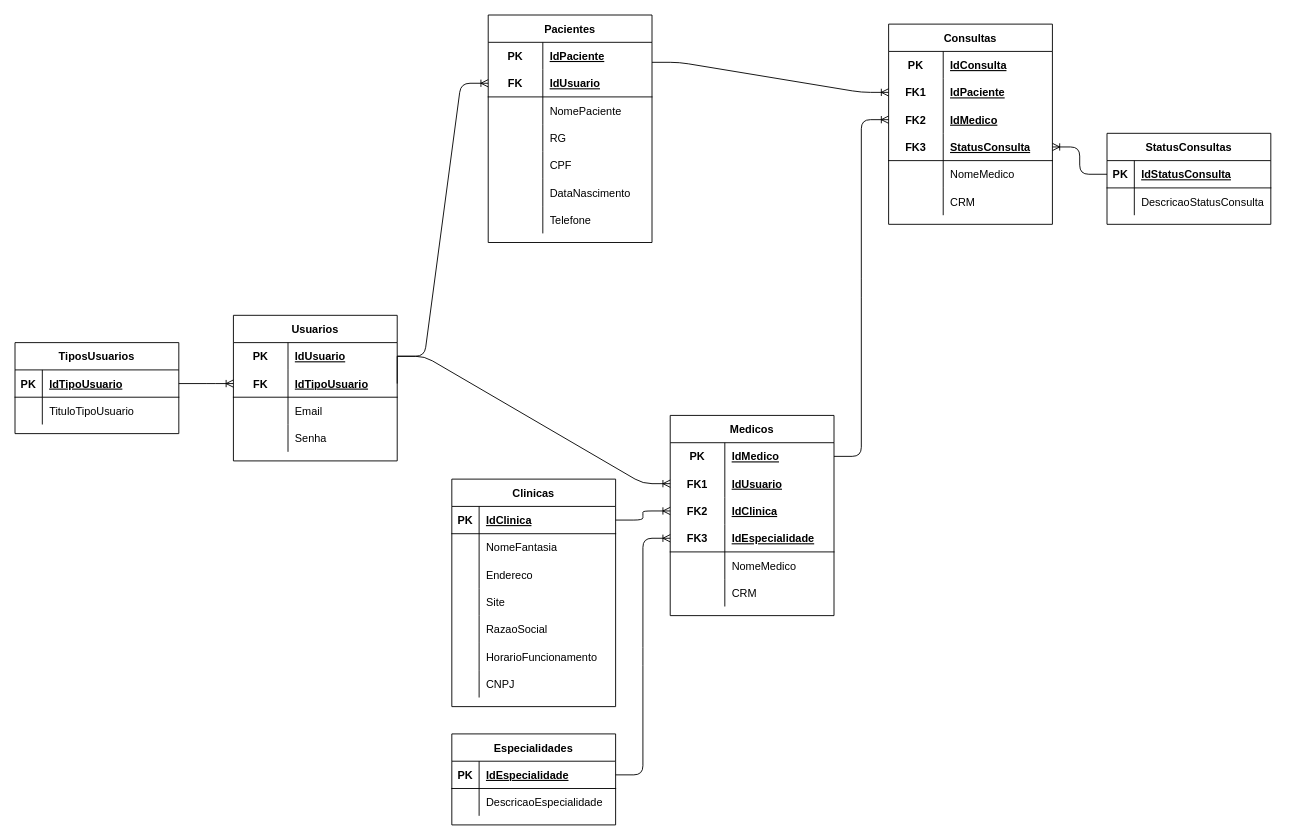
Before: page "Lógico" (2 of 2) of SP_Medical_Group/SP_Medical_Group_Modelos.drawio in Carlos-Augusto-Roque/Sprint1_bd, a draw.io diagram. Source tidied: cells renumbered, new cells numbered last; positions are measured from the earlier drawing's top-left corner, leaving out a move shared by most shapes. Both pictures are drawn from the tidied source at 91%, with x=0, y=0 at pixel (15, 15).
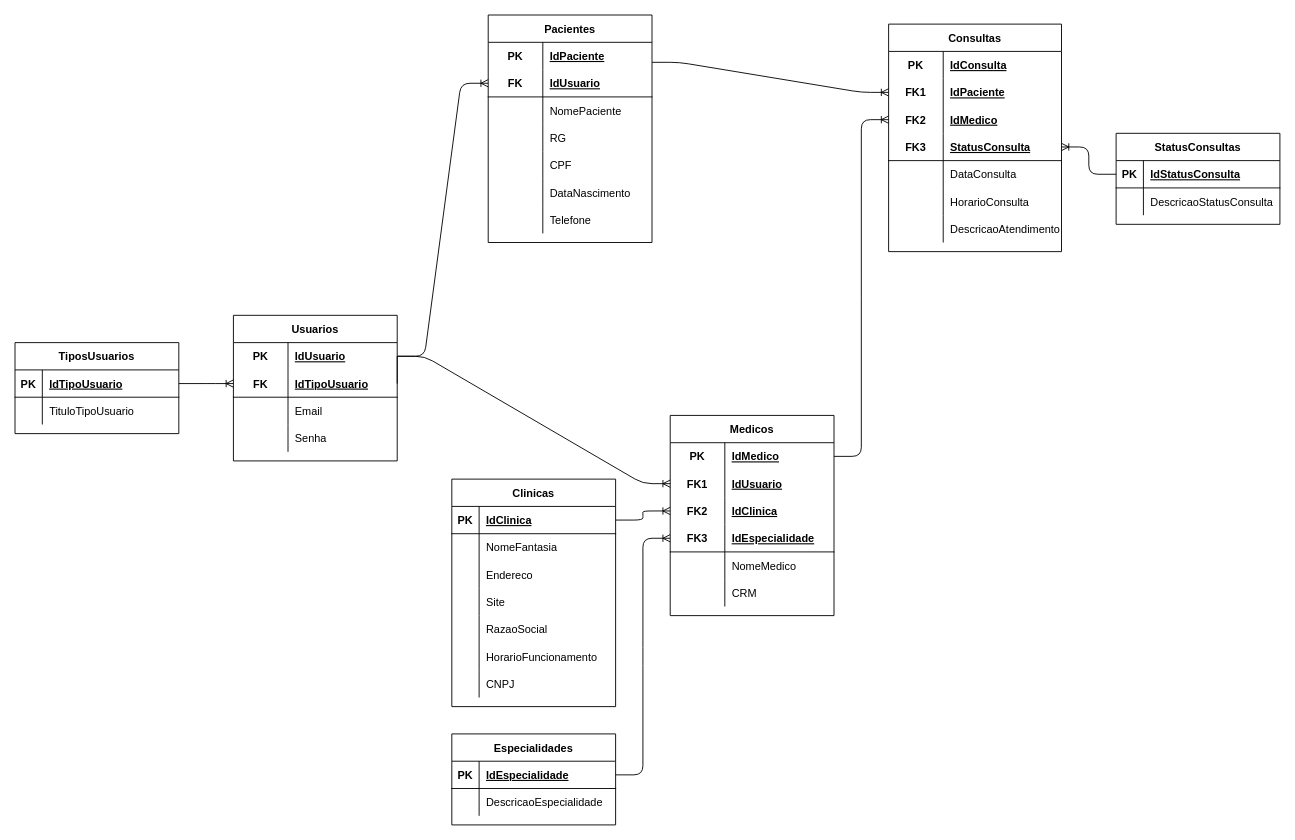
The same page after the edit.

The edit, as a diff of the source:
```diff
@@
     <mxCell id="16" value="StatusConsultas" style="shape=table;startSize=30;childLayout=tableLayout;rowLines=0;fontStyle=1;align=center;" parent="1" vertex="1">
-      <mxGeometry x="1200" y="130" width="180" height="100" as="geometry" />
+      <mxGeometry x="1210" y="130" width="180" height="100" as="geometry" />
     </mxCell>
@@
     <mxCell id="78" value="Consultas" style="shape=table;startSize=30;childLayout=tableLayout;rowLines=0;fontStyle=1;align=center;" parent="1" vertex="1">
-      <mxGeometry x="960" y="10" width="180" height="220" as="geometry" />
+      <mxGeometry x="960" y="10" width="190" height="250" as="geometry" />
     </mxCell>
     <mxCell id="79" style="shape=partialRectangle;fillColor=none;top=0;left=0;bottom=0;right=0;" parent="78" vertex="1">
-      <mxGeometry y="30" width="180" height="30" as="geometry" />
+      <mxGeometry y="30" width="190" height="30" as="geometry" />
     </mxCell>
@@
     <mxCell id="81" value="IdConsulta" style="shape=partialRectangle;fillColor=none;top=0;left=0;bottom=0;right=0;align=left;spacingLeft=6;fontStyle=5;overflow=hidden;" parent="79" vertex="1">
-      <mxGeometry x="60" width="120" height="30" as="geometry" />
+      <mxGeometry x="60" width="130" height="30" as="geometry" />
     </mxCell>
     <mxCell id="82" style="shape=partialRectangle;fillColor=none;top=0;left=0;bottom=0;right=0;points=[[0,0.5],[1,0.5]];portConstraint=eastwest;" parent="78" vertex="1">
-      <mxGeometry y="60" width="180" height="30" as="geometry" />
+      <mxGeometry y="60" width="190" height="30" as="geometry" />
     </mxCell>
@@
     <mxCell id="84" value="IdPaciente" style="shape=partialRectangle;fillColor=none;top=0;left=0;bottom=0;right=0;align=left;spacingLeft=6;fontStyle=5;overflow=hidden;" parent="82" vertex="1">
-      <mxGeometry x="60" width="120" height="30" as="geometry" />
+      <mxGeometry x="60" width="130" height="30" as="geometry" />
     </mxCell>
     <mxCell id="85" style="shape=partialRectangle;fillColor=none;top=0;left=0;bottom=0;right=0;points=[[0,0.5],[1,0.5]];portConstraint=eastwest;" parent="78" vertex="1">
-      <mxGeometry y="90" width="180" height="30" as="geometry" />
+      <mxGeometry y="90" width="190" height="30" as="geometry" />
     </mxCell>
@@
     <mxCell id="87" value="IdMedico" style="shape=partialRectangle;fillColor=none;top=0;left=0;bottom=0;right=0;align=left;spacingLeft=6;fontStyle=5;overflow=hidden;" parent="85" vertex="1">
-      <mxGeometry x="60" width="120" height="30" as="geometry" />
+      <mxGeometry x="60" width="130" height="30" as="geometry" />
     </mxCell>
     <mxCell id="88" style="shape=partialRectangle;fillColor=none;top=0;left=0;bottom=1;right=0;points=[[0,0.5],[1,0.5]];portConstraint=eastwest;" parent="78" vertex="1">
-      <mxGeometry y="120" width="180" height="30" as="geometry" />
+      <mxGeometry y="120" width="190" height="30" as="geometry" />
     </mxCell>
@@
     <mxCell id="90" value="StatusConsulta" style="shape=partialRectangle;fillColor=none;top=0;left=0;bottom=0;right=0;align=left;spacingLeft=6;fontStyle=5;overflow=hidden;" parent="88" vertex="1">
-      <mxGeometry x="60" width="120" height="30" as="geometry" />
+      <mxGeometry x="60" width="130" height="30" as="geometry" />
     </mxCell>
     <mxCell id="91" style="shape=partialRectangle;fillColor=none;top=0;left=0;bottom=0;right=0;" parent="78" vertex="1">
-      <mxGeometry y="150" width="180" height="30" as="geometry" />
+      <mxGeometry y="150" width="190" height="30" as="geometry" />
     </mxCell>
@@
-    <mxCell id="93" value="NomeMedico" style="shape=partialRectangle;fillColor=none;top=0;left=0;bottom=0;right=0;align=left;spacingLeft=6;overflow=hidden;" parent="91" vertex="1">
-      <mxGeometry x="60" width="120" height="30" as="geometry" />
+    <mxCell id="93" value="DataConsulta" style="shape=partialRectangle;fillColor=none;top=0;left=0;bottom=0;right=0;align=left;spacingLeft=6;overflow=hidden;" parent="91" vertex="1">
+      <mxGeometry x="60" width="130" height="30" as="geometry" />
     </mxCell>
     <mxCell id="94" style="shape=partialRectangle;fillColor=none;top=0;left=0;bottom=0;right=0;" parent="78" vertex="1">
-      <mxGeometry y="180" width="180" height="30" as="geometry" />
+      <mxGeometry y="180" width="190" height="30" as="geometry" />
     </mxCell>
@@
-    <mxCell id="96" value="CRM" style="shape=partialRectangle;fillColor=none;top=0;left=0;bottom=0;right=0;align=left;spacingLeft=6;overflow=hidden;" parent="94" vertex="1">
-      <mxGeometry x="60" width="120" height="30" as="geometry" />
+    <mxCell id="96" value="HorarioConsulta" style="shape=partialRectangle;fillColor=none;top=0;left=0;bottom=0;right=0;align=left;spacingLeft=6;overflow=hidden;" parent="94" vertex="1">
+      <mxGeometry x="60" width="130" height="30" as="geometry" />
     </mxCell>
+    <mxCell id="127" style="shape=partialRectangle;fillColor=none;top=0;left=0;bottom=0;right=0;" parent="78" vertex="1">
+      <mxGeometry y="210" width="190" height="30" as="geometry" />
+    </mxCell>
+    <mxCell id="128" style="shape=partialRectangle;fillColor=none;top=0;left=0;bottom=0;right=0;overflow=hidden;" parent="127" vertex="1">
+      <mxGeometry width="60" height="30" as="geometry" />
+    </mxCell>
+    <mxCell id="129" value="DescricaoAtendimento" style="shape=partialRectangle;fillColor=none;top=0;left=0;bottom=0;right=0;align=left;spacingLeft=6;overflow=hidden;" parent="127" vertex="1">
+      <mxGeometry x="60" width="130" height="30" as="geometry" />
+    </mxCell>
```
